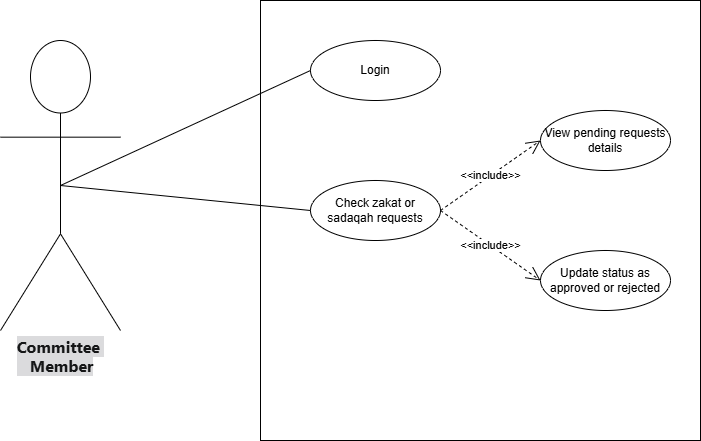
This is 8 semester final documentation/New Diagrams/Committee Member Use Case Diagram.drawio.png from dawood125/E-Masjid-System, a draw.io export, as it was before one commit. Source tidied: cells renumbered, new cells last; positions are measured from the earlier drawing's top-left corner, leaving out a move shared by most shapes. Its diagram source:
```xml
<mxGraphModel>
  <root>
    <mxCell id="0" />
    <mxCell id="1" parent="0" />
    <mxCell id="2" style="whiteSpace=wrap;html=1;" parent="1" vertex="1">
      <mxGeometry x="260" width="440" height="440" as="geometry" />
    </mxCell>
    <mxCell id="3" value="&lt;div style=&quot;text-align: start;&quot;&gt;&lt;font color=&quot;#151617&quot; face=&quot;quote-cjk-patch, Inter, system-ui, -apple-system, BlinkMacSystemFont, Segoe UI, Roboto, Oxygen, Ubuntu, Cantarell, Open Sans, Helvetica Neue, sans-serif&quot;&gt;&lt;span style=&quot;font-size: 16px; text-wrap-mode: wrap; background-color: rgb(219, 219, 221);&quot;&gt;&lt;b&gt;Committee&amp;nbsp;&lt;/b&gt;&lt;/span&gt;&lt;/font&gt;&lt;/div&gt;&lt;div style=&quot;text-align: start;&quot;&gt;&lt;font color=&quot;#151617&quot; face=&quot;quote-cjk-patch, Inter, system-ui, -apple-system, BlinkMacSystemFont, Segoe UI, Roboto, Oxygen, Ubuntu, Cantarell, Open Sans, Helvetica Neue, sans-serif&quot;&gt;&lt;span style=&quot;font-size: 16px; text-wrap-mode: wrap; background-color: rgb(219, 219, 221);&quot;&gt;&lt;b&gt;&amp;nbsp; &amp;nbsp;Member&lt;/b&gt;&lt;/span&gt;&lt;/font&gt;&lt;/div&gt;" style="shape=umlActor;verticalLabelPosition=bottom;verticalAlign=top;html=1;outlineConnect=0;" parent="1" vertex="1">
      <mxGeometry y="40" width="120" height="290" as="geometry" />
    </mxCell>
    <mxCell id="4" value="Login" style="ellipse;whiteSpace=wrap;html=1;" parent="1" vertex="1">
      <mxGeometry x="310" y="40" width="130" height="60" as="geometry" />
    </mxCell>
    <mxCell id="5" value="Check zakat or sadaqah requests" style="ellipse;whiteSpace=wrap;html=1;" parent="1" vertex="1">
      <mxGeometry x="310" y="180" width="130" height="60" as="geometry" />
    </mxCell>
    <mxCell id="6" value="View pending requests details" style="ellipse;whiteSpace=wrap;html=1;" parent="1" vertex="1">
      <mxGeometry x="540" y="110" width="130" height="60" as="geometry" />
    </mxCell>
    <mxCell id="7" value="Update status as approved or rejected" style="ellipse;whiteSpace=wrap;html=1;" parent="1" vertex="1">
      <mxGeometry x="540" y="250" width="130" height="60" as="geometry" />
    </mxCell>
    <mxCell id="8" value="&amp;lt;&amp;lt;include&amp;gt;&amp;gt;" style="endArrow=open;endSize=12;dashed=1;html=1;rounded=0;exitX=1;exitY=0.5;exitDx=0;exitDy=0;entryX=0;entryY=0.5;entryDx=0;entryDy=0;" parent="1" edge="1" source="5" target="6">
      <mxGeometry relative="1" as="geometry" />
    </mxCell>
    <mxCell id="9" value="&amp;lt;&amp;lt;include&amp;gt;&amp;gt;" style="endArrow=open;endSize=12;dashed=1;html=1;rounded=0;exitX=1;exitY=0.5;exitDx=0;exitDy=0;entryX=0;entryY=0.5;entryDx=0;entryDy=0;" parent="1" edge="1" source="5" target="7">
      <mxGeometry relative="1" as="geometry" />
    </mxCell>
    <mxCell id="10" style="endArrow=none;html=1;rounded=0;entryX=0;entryY=0.5;entryDx=0;entryDy=0;exitX=0.5;exitY=0.5;exitDx=0;exitDy=0;exitPerimeter=0;" parent="1" edge="1" source="3" target="4">
      <mxGeometry relative="1" as="geometry" />
    </mxCell>
    <mxCell id="11" style="endArrow=none;html=1;rounded=0;entryX=0;entryY=0.5;entryDx=0;entryDy=0;exitX=0.5;exitY=0.5;exitDx=0;exitDy=0;exitPerimeter=0;" parent="1" edge="1" source="3" target="5">
      <mxGeometry relative="1" as="geometry" />
    </mxCell>
  </root>
</mxGraphModel>
```
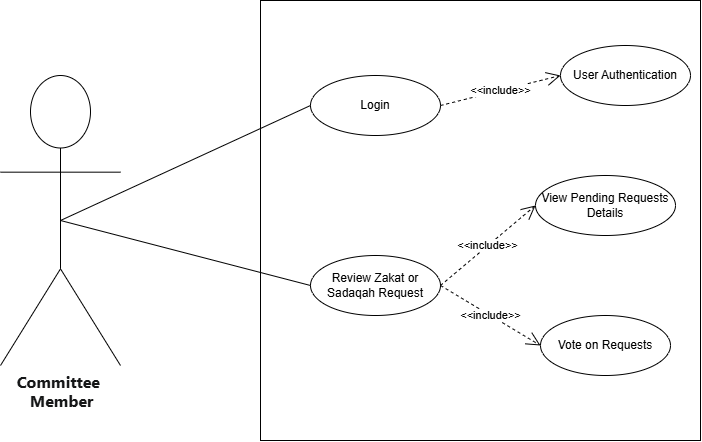
After the commit.

What changed in the source:
```diff
@@ -3,22 +3,22 @@
     <mxCell id="0" />
     <mxCell id="1" parent="0" />
     <mxCell id="2" style="whiteSpace=wrap;html=1;" parent="1" vertex="1">
-      <mxGeometry x="260" width="440" height="440" as="geometry" />
+      <mxGeometry x="260" y="-35" width="440" height="440" as="geometry" />
     </mxCell>
-    <mxCell id="3" value="&lt;div style=&quot;text-align: start;&quot;&gt;&lt;font color=&quot;#151617&quot; face=&quot;quote-cjk-patch, Inter, system-ui, -apple-system, BlinkMacSystemFont, Segoe UI, Roboto, Oxygen, Ubuntu, Cantarell, Open Sans, Helvetica Neue, sans-serif&quot;&gt;&lt;span style=&quot;font-size: 16px; text-wrap-mode: wrap; background-color: rgb(219, 219, 221);&quot;&gt;&lt;b&gt;Committee&amp;nbsp;&lt;/b&gt;&lt;/span&gt;&lt;/font&gt;&lt;/div&gt;&lt;div style=&quot;text-align: start;&quot;&gt;&lt;font color=&quot;#151617&quot; face=&quot;quote-cjk-patch, Inter, system-ui, -apple-system, BlinkMacSystemFont, Segoe UI, Roboto, Oxygen, Ubuntu, Cantarell, Open Sans, Helvetica Neue, sans-serif&quot;&gt;&lt;span style=&quot;font-size: 16px; text-wrap-mode: wrap; background-color: rgb(219, 219, 221);&quot;&gt;&lt;b&gt;&amp;nbsp; &amp;nbsp;Member&lt;/b&gt;&lt;/span&gt;&lt;/font&gt;&lt;/div&gt;" style="shape=umlActor;verticalLabelPosition=bottom;verticalAlign=top;html=1;outlineConnect=0;" parent="1" vertex="1">
+    <mxCell id="3" value="&lt;div style=&quot;text-align: start;&quot;&gt;&lt;font color=&quot;#151617&quot; face=&quot;quote-cjk-patch, Inter, system-ui, -apple-system, BlinkMacSystemFont, Segoe UI, Roboto, Oxygen, Ubuntu, Cantarell, Open Sans, Helvetica Neue, sans-serif&quot;&gt;&lt;span style=&quot;font-size: 16px; text-wrap-mode: wrap;&quot;&gt;&lt;b&gt;Committee&amp;nbsp;&lt;/b&gt;&lt;/span&gt;&lt;/font&gt;&lt;/div&gt;&lt;div style=&quot;text-align: start;&quot;&gt;&lt;font color=&quot;#151617&quot; face=&quot;quote-cjk-patch, Inter, system-ui, -apple-system, BlinkMacSystemFont, Segoe UI, Roboto, Oxygen, Ubuntu, Cantarell, Open Sans, Helvetica Neue, sans-serif&quot;&gt;&lt;span style=&quot;font-size: 16px; text-wrap-mode: wrap;&quot;&gt;&lt;b&gt;&amp;nbsp; &amp;nbsp;Member&lt;/b&gt;&lt;/span&gt;&lt;/font&gt;&lt;/div&gt;" style="shape=umlActor;verticalLabelPosition=bottom;verticalAlign=top;html=1;outlineConnect=0;" parent="1" vertex="1">
       <mxGeometry y="40" width="120" height="290" as="geometry" />
     </mxCell>
     <mxCell id="4" value="Login" style="ellipse;whiteSpace=wrap;html=1;" parent="1" vertex="1">
       <mxGeometry x="310" y="40" width="130" height="60" as="geometry" />
     </mxCell>
-    <mxCell id="5" value="Check zakat or sadaqah requests" style="ellipse;whiteSpace=wrap;html=1;" parent="1" vertex="1">
-      <mxGeometry x="310" y="180" width="130" height="60" as="geometry" />
+    <mxCell id="5" value="Review Zakat or Sadaqah Request" style="ellipse;whiteSpace=wrap;html=1;" parent="1" vertex="1">
+      <mxGeometry x="310" y="220" width="130" height="60" as="geometry" />
     </mxCell>
-    <mxCell id="6" value="View pending requests details" style="ellipse;whiteSpace=wrap;html=1;" parent="1" vertex="1">
-      <mxGeometry x="540" y="110" width="130" height="60" as="geometry" />
+    <mxCell id="6" value="View Pending Requests Details" style="ellipse;whiteSpace=wrap;html=1;" parent="1" vertex="1">
+      <mxGeometry x="535" y="140" width="140" height="60" as="geometry" />
     </mxCell>
-    <mxCell id="7" value="Update status as approved or rejected" style="ellipse;whiteSpace=wrap;html=1;" parent="1" vertex="1">
-      <mxGeometry x="540" y="250" width="130" height="60" as="geometry" />
+    <mxCell id="7" value="Vote on Requests" style="ellipse;whiteSpace=wrap;html=1;" parent="1" vertex="1">
+      <mxGeometry x="540" y="280" width="130" height="60" as="geometry" />
     </mxCell>
     <mxCell id="8" value="&amp;lt;&amp;lt;include&amp;gt;&amp;gt;" style="endArrow=open;endSize=12;dashed=1;html=1;rounded=0;exitX=1;exitY=0.5;exitDx=0;exitDy=0;entryX=0;entryY=0.5;entryDx=0;entryDy=0;" parent="1" edge="1" source="5" target="6">
       <mxGeometry relative="1" as="geometry" />
@@ -32,5 +32,11 @@
     <mxCell id="11" style="endArrow=none;html=1;rounded=0;entryX=0;entryY=0.5;entryDx=0;entryDy=0;exitX=0.5;exitY=0.5;exitDx=0;exitDy=0;exitPerimeter=0;" parent="1" edge="1" source="3" target="5">
       <mxGeometry relative="1" as="geometry" />
     </mxCell>
+    <mxCell id="12" value="&amp;lt;&amp;lt;include&amp;gt;&amp;gt;" style="endArrow=open;endSize=12;dashed=1;html=1;rounded=0;exitX=1;exitY=0.5;exitDx=0;exitDy=0;entryX=0;entryY=0.5;entryDx=0;entryDy=0;" parent="1" edge="1" source="4" target="13">
+      <mxGeometry relative="1" as="geometry" />
+    </mxCell>
+    <mxCell id="13" value="User Authentication" style="ellipse;whiteSpace=wrap;html=1;" parent="1" vertex="1">
+      <mxGeometry x="560" y="10" width="130" height="60" as="geometry" />
+    </mxCell>
   </root>
 </mxGraphModel>
```
